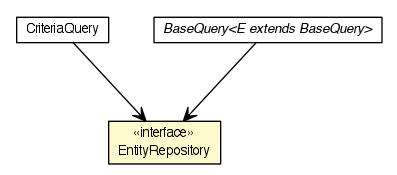
The Graphviz diagram dddlib-domain/apidocs/org/dayatang/domain/EntityRepository.png in dayatang/dddlib, before a commit. Its source is kept beside it as dddlib-domain/apidocs/org/dayatang/domain/EntityRepository.dot. Source of this version:
```dot

digraph G {
	edge [fontname="Helvetica",fontsize=10,labelfontname="Helvetica",labelfontsize=10];
	node [fontname="Helvetica",fontsize=10,shape=plaintext];
	nodesep=0.25;
	ranksep=0.5;
	c1891 [label=<<table title="org.dayatang.domain.EntityRepository" border="0" cellborder="1" cellspacing="0" cellpadding="2" port="p" bgcolor="lemonChiffon" href="./EntityRepository.html">
		<tr><td><table border="0" cellspacing="0" cellpadding="1">
<tr><td align="center" balign="center"> &#171;interface&#187; </td></tr>
<tr><td align="center" balign="center"> EntityRepository </td></tr>
		</table></td></tr>
		</table>>, URL="./EntityRepository.html", fontname="Helvetica", fontcolor="black", fontsize=10.0];
	c1895 [label=<<table title="org.dayatang.domain.CriteriaQuery" border="0" cellborder="1" cellspacing="0" cellpadding="2" port="p" href="./CriteriaQuery.html">
		<tr><td><table border="0" cellspacing="0" cellpadding="1">
<tr><td align="center" balign="center"> CriteriaQuery </td></tr>
		</table></td></tr>
		</table>>, URL="./CriteriaQuery.html", fontname="Helvetica", fontcolor="black", fontsize=10.0];
	c1896 [label=<<table title="org.dayatang.domain.BaseQuery" border="0" cellborder="1" cellspacing="0" cellpadding="2" port="p" href="./BaseQuery.html">
		<tr><td><table border="0" cellspacing="0" cellpadding="1">
<tr><td align="center" balign="center"><font face="Helvetica-Oblique"> BaseQuery&lt;E extends BaseQuery&gt; </font></td></tr>
		</table></td></tr>
		</table>>, URL="./BaseQuery.html", fontname="Helvetica", fontcolor="black", fontsize=10.0];
	c1895:p -> c1891:p [taillabel="", label=" "headlabel="", fontname="Helvetica", fontcolor="black", fontsize=10.0, color="black", arrowhead=open];
	c1896:p -> c1891:p [taillabel="", label=" "headlabel="", fontname="Helvetica", fontcolor="black", fontsize=10.0, color="black", arrowhead=open];
}
```
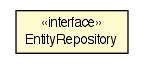
Later version of the same file.

Diff of the diagram source:
```diff
@@ -4,22 +4,10 @@
 	node [fontname="Helvetica",fontsize=10,shape=plaintext];
 	nodesep=0.25;
 	ranksep=0.5;
-	c1891 [label=<<table title="org.dayatang.domain.EntityRepository" border="0" cellborder="1" cellspacing="0" cellpadding="2" port="p" bgcolor="lemonChiffon" href="./EntityRepository.html">
+	c1873 [label=<<table title="org.dayatang.domain.EntityRepository" border="0" cellborder="1" cellspacing="0" cellpadding="2" port="p" bgcolor="lemonChiffon" href="./EntityRepository.html">
 		<tr><td><table border="0" cellspacing="0" cellpadding="1">
 <tr><td align="center" balign="center"> &#171;interface&#187; </td></tr>
 <tr><td align="center" balign="center"> EntityRepository </td></tr>
 		</table></td></tr>
 		</table>>, URL="./EntityRepository.html", fontname="Helvetica", fontcolor="black", fontsize=10.0];
-	c1895 [label=<<table title="org.dayatang.domain.CriteriaQuery" border="0" cellborder="1" cellspacing="0" cellpadding="2" port="p" href="./CriteriaQuery.html">
-		<tr><td><table border="0" cellspacing="0" cellpadding="1">
-<tr><td align="center" balign="center"> CriteriaQuery </td></tr>
-		</table></td></tr>
-		</table>>, URL="./CriteriaQuery.html", fontname="Helvetica", fontcolor="black", fontsize=10.0];
-	c1896 [label=<<table title="org.dayatang.domain.BaseQuery" border="0" cellborder="1" cellspacing="0" cellpadding="2" port="p" href="./BaseQuery.html">
-		<tr><td><table border="0" cellspacing="0" cellpadding="1">
-<tr><td align="center" balign="center"><font face="Helvetica-Oblique"> BaseQuery&lt;E extends BaseQuery&gt; </font></td></tr>
-		</table></td></tr>
-		</table>>, URL="./BaseQuery.html", fontname="Helvetica", fontcolor="black", fontsize=10.0];
-	c1895:p -> c1891:p [taillabel="", label=" "headlabel="", fontname="Helvetica", fontcolor="black", fontsize=10.0, color="black", arrowhead=open];
-	c1896:p -> c1891:p [taillabel="", label=" "headlabel="", fontname="Helvetica", fontcolor="black", fontsize=10.0, color="black", arrowhead=open];
 }
```
